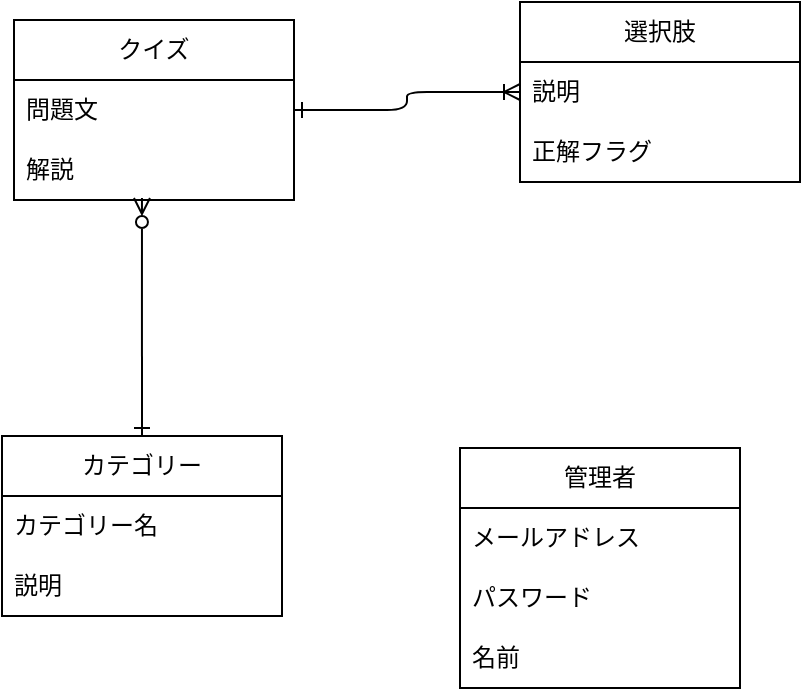
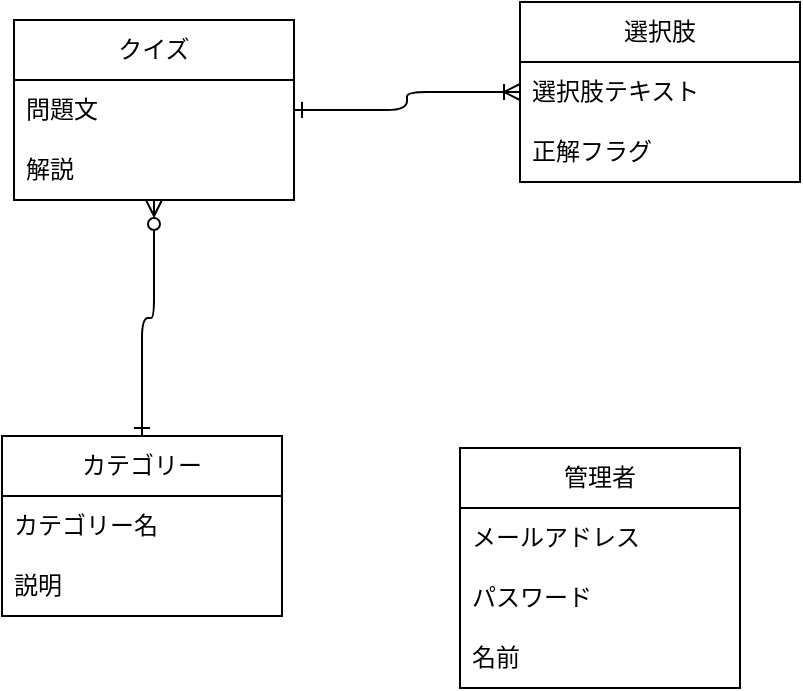
<mxfile host="65bd71144e">
    <diagram id="xSrqnA-vD5WV-7If1_qB" name="ページ1">
        <mxGraphModel dx="531" dy="600" grid="0" gridSize="10" guides="1" tooltips="1" connect="1" arrows="1" fold="1" page="1" pageScale="1" pageWidth="827" pageHeight="1169" background="#FFFFFF" math="0" shadow="0">
            <root>
                <mxCell id="0"/>
                <mxCell id="1" parent="0"/>
                <mxCell id="2" value="クイズ" style="swimlane;fontStyle=0;childLayout=stackLayout;horizontal=1;startSize=30;horizontalStack=0;resizeParent=1;resizeParentMax=0;resizeLast=0;collapsible=1;marginBottom=0;whiteSpace=wrap;html=1;" vertex="1" parent="1">
                    <mxGeometry x="47" y="58" width="140" height="90" as="geometry"/>
                </mxCell>
                <mxCell id="3" value="問題文" style="text;strokeColor=none;fillColor=none;align=left;verticalAlign=middle;spacingLeft=4;spacingRight=4;overflow=hidden;points=[[0,0.5],[1,0.5]];portConstraint=eastwest;rotatable=0;whiteSpace=wrap;html=1;" vertex="1" parent="2">
                    <mxGeometry y="30" width="140" height="30" as="geometry"/>
                </mxCell>
                <mxCell id="19" value="解説" style="text;strokeColor=none;fillColor=none;align=left;verticalAlign=middle;spacingLeft=4;spacingRight=4;overflow=hidden;points=[[0,0.5],[1,0.5]];portConstraint=eastwest;rotatable=0;whiteSpace=wrap;html=1;" vertex="1" parent="2">
                    <mxGeometry y="60" width="140" height="30" as="geometry"/>
                </mxCell>
                <mxCell id="6" value="管理者" style="swimlane;fontStyle=0;childLayout=stackLayout;horizontal=1;startSize=30;horizontalStack=0;resizeParent=1;resizeParentMax=0;resizeLast=0;collapsible=1;marginBottom=0;whiteSpace=wrap;html=1;" vertex="1" parent="1">
                    <mxGeometry x="270" y="272" width="140" height="120" as="geometry"/>
                </mxCell>
                <mxCell id="7" value="メールアドレス" style="text;strokeColor=none;fillColor=none;align=left;verticalAlign=middle;spacingLeft=4;spacingRight=4;overflow=hidden;points=[[0,0.5],[1,0.5]];portConstraint=eastwest;rotatable=0;whiteSpace=wrap;html=1;" vertex="1" parent="6">
                    <mxGeometry y="30" width="140" height="30" as="geometry"/>
                </mxCell>
                <mxCell id="8" value="パスワード" style="text;strokeColor=none;fillColor=none;align=left;verticalAlign=middle;spacingLeft=4;spacingRight=4;overflow=hidden;points=[[0,0.5],[1,0.5]];portConstraint=eastwest;rotatable=0;whiteSpace=wrap;html=1;" vertex="1" parent="6">
                    <mxGeometry y="60" width="140" height="30" as="geometry"/>
                </mxCell>
                <mxCell id="9" value="名前" style="text;strokeColor=none;fillColor=none;align=left;verticalAlign=middle;spacingLeft=4;spacingRight=4;overflow=hidden;points=[[0,0.5],[1,0.5]];portConstraint=eastwest;rotatable=0;whiteSpace=wrap;html=1;" vertex="1" parent="6">
                    <mxGeometry y="90" width="140" height="30" as="geometry"/>
                </mxCell>
                <mxCell id="14" value="カテゴリー" style="swimlane;fontStyle=0;childLayout=stackLayout;horizontal=1;startSize=30;horizontalStack=0;resizeParent=1;resizeParentMax=0;resizeLast=0;collapsible=1;marginBottom=0;whiteSpace=wrap;html=1;" vertex="1" parent="1">
                    <mxGeometry x="41" y="266" width="140" height="90" as="geometry"/>
                </mxCell>
                <mxCell id="15" value="カテゴリー名" style="text;strokeColor=none;fillColor=none;align=left;verticalAlign=middle;spacingLeft=4;spacingRight=4;overflow=hidden;points=[[0,0.5],[1,0.5]];portConstraint=eastwest;rotatable=0;whiteSpace=wrap;html=1;" vertex="1" parent="14">
                    <mxGeometry y="30" width="140" height="30" as="geometry"/>
                </mxCell>
                <mxCell id="16" value="説明" style="text;strokeColor=none;fillColor=none;align=left;verticalAlign=middle;spacingLeft=4;spacingRight=4;overflow=hidden;points=[[0,0.5],[1,0.5]];portConstraint=eastwest;rotatable=0;whiteSpace=wrap;html=1;" vertex="1" parent="14">
                    <mxGeometry y="60" width="140" height="30" as="geometry"/>
                </mxCell>
                <mxCell id="20" value="選択肢" style="swimlane;fontStyle=0;childLayout=stackLayout;horizontal=1;startSize=30;horizontalStack=0;resizeParent=1;resizeParentMax=0;resizeLast=0;collapsible=1;marginBottom=0;whiteSpace=wrap;html=1;" vertex="1" parent="1">
                    <mxGeometry x="300" y="49" width="140" height="90" as="geometry"/>
                </mxCell>
-                 <mxCell id="21" value="説明" style="text;strokeColor=none;fillColor=none;align=left;verticalAlign=middle;spacingLeft=4;spacingRight=4;overflow=hidden;points=[[0,0.5],[1,0.5]];portConstraint=eastwest;rotatable=0;whiteSpace=wrap;html=1;" vertex="1" parent="20">
+                 <mxCell id="21" value="選択肢テキスト" style="text;strokeColor=none;fillColor=none;align=left;verticalAlign=middle;spacingLeft=4;spacingRight=4;overflow=hidden;points=[[0,0.5],[1,0.5]];portConstraint=eastwest;rotatable=0;whiteSpace=wrap;html=1;" vertex="1" parent="20">
                    <mxGeometry y="30" width="140" height="30" as="geometry"/>
                </mxCell>
                <mxCell id="22" value="正解フラグ" style="text;strokeColor=none;fillColor=none;align=left;verticalAlign=middle;spacingLeft=4;spacingRight=4;overflow=hidden;points=[[0,0.5],[1,0.5]];portConstraint=eastwest;rotatable=0;whiteSpace=wrap;html=1;" vertex="1" parent="20">
                    <mxGeometry y="60" width="140" height="30" as="geometry"/>
                </mxCell>
-                 <mxCell id="25" style="edgeStyle=orthogonalEdgeStyle;html=1;entryX=0;entryY=0.5;entryDx=0;entryDy=0;endArrow=ERoneToMany;endFill=0;startArrow=ERone;startFill=0;" edge="1" parent="1" source="3" target="21">
-                     <mxGeometry relative="1" as="geometry">
-                         <mxPoint x="264.03999999999996" y="136" as="targetPoint"/>
-                     </mxGeometry>
+                 <mxCell id="25" style="edgeStyle=orthogonalEdgeStyle;html=1;endArrow=ERoneToMany;endFill=0;startArrow=ERone;startFill=0;" edge="1" parent="1" source="2" target="20">
+                     <mxGeometry relative="1" as="geometry"/>
                </mxCell>
-                 <mxCell id="26" style="edgeStyle=none;html=1;entryX=0.457;entryY=0.967;entryDx=0;entryDy=0;entryPerimeter=0;endArrow=ERzeroToMany;endFill=0;startArrow=ERone;startFill=0;" edge="1" parent="1" source="14" target="19">
+                 <mxCell id="26" style="edgeStyle=orthogonalEdgeStyle;html=1;endArrow=ERzeroToMany;endFill=0;startArrow=ERone;startFill=0;" edge="1" parent="1" source="14" target="2">
                    <mxGeometry relative="1" as="geometry"/>
                </mxCell>
            </root>
        </mxGraphModel>
    </diagram>
</mxfile>